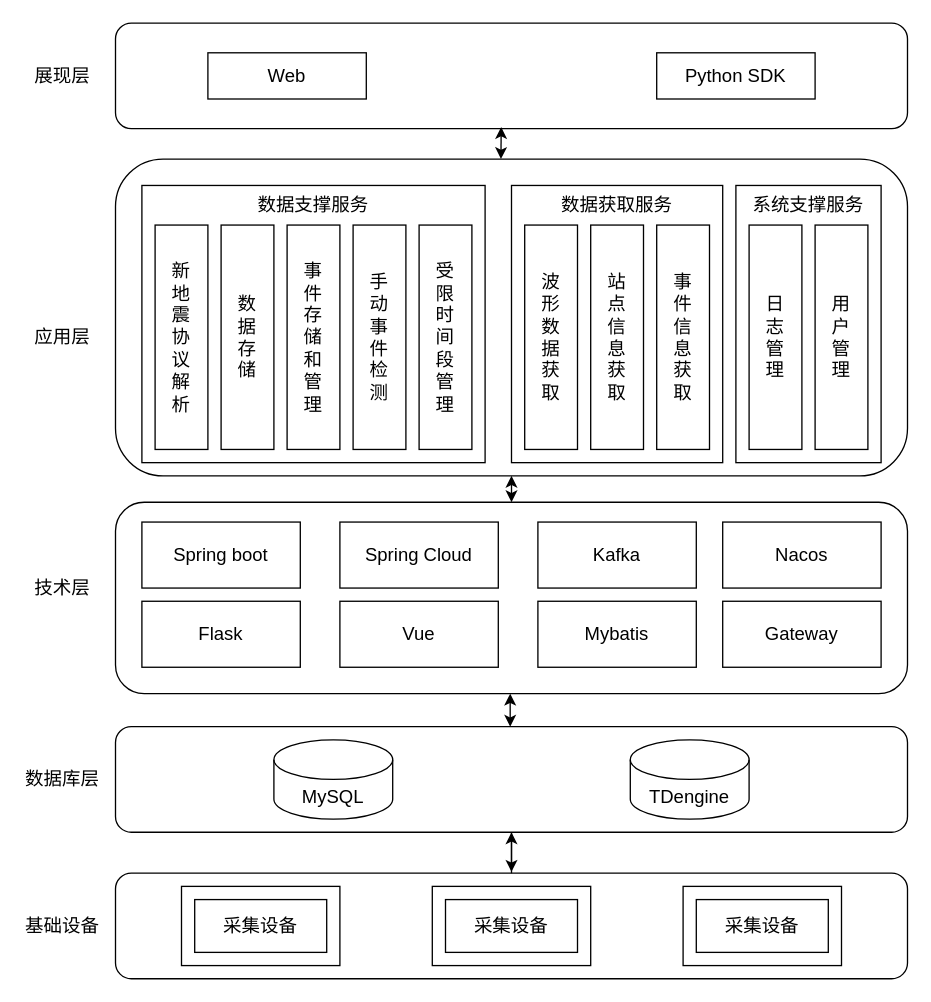
Before: 系统架构图.drawio in Diend-7/-, a draw.io diagram. Source tidied: cells renumbered, new cells numbered last; positions are measured from the earlier drawing's top-left corner, leaving out a move shared by most shapes. Both pictures are drawn from the tidied source at 132%, with x=0, y=0 at pixel (22, 22).
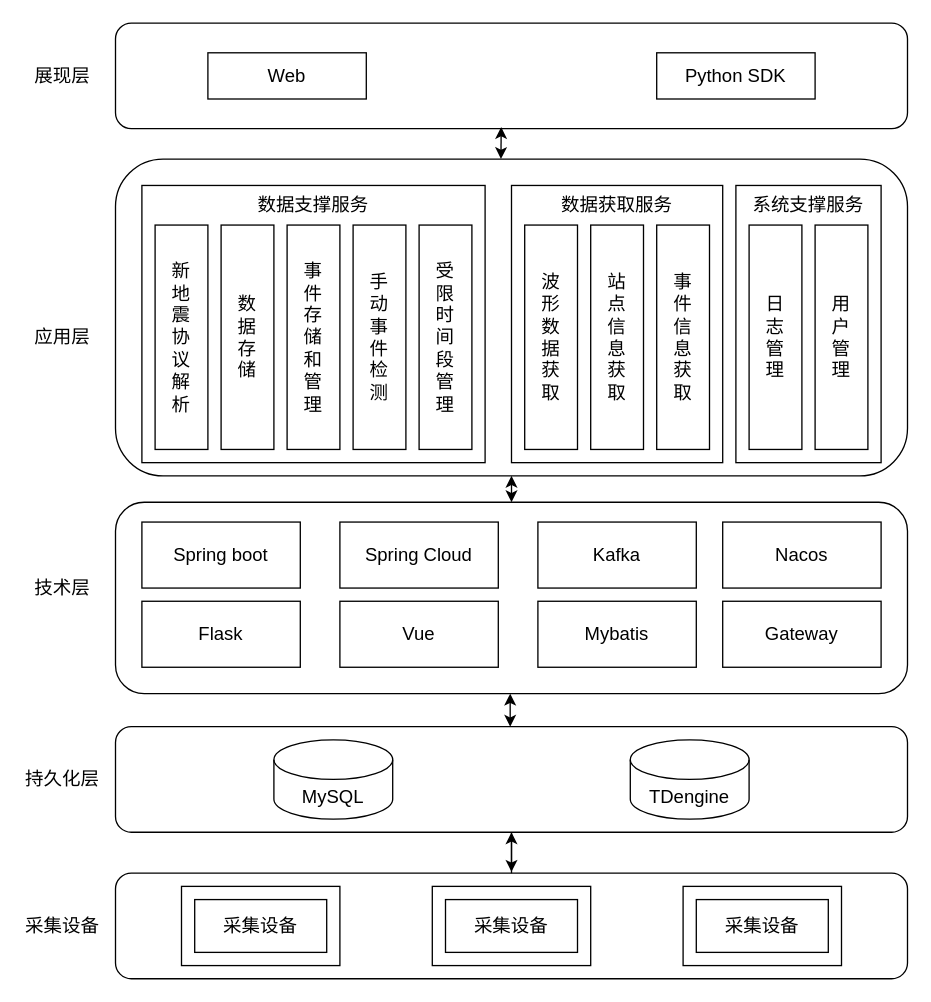
After the change.

Commit message:
更新系统架构图.drawio

The edit, as a diff of the source:
```diff
@@
-    <mxCell id="42" value="数据库层" style="text;html=1;strokeColor=none;fillColor=none;align=center;verticalAlign=middle;whiteSpace=wrap;rounded=0;fontSize=14;" parent="1" vertex="1">
+    <mxCell id="42" value="持久化层" style="text;html=1;strokeColor=none;fillColor=none;align=center;verticalAlign=middle;whiteSpace=wrap;rounded=0;fontSize=14;" parent="1" vertex="1">
       <mxGeometry y="558" width="60" height="30" as="geometry" />
     </mxCell>
-    <mxCell id="43" value="基础设备" style="text;html=1;strokeColor=none;fillColor=none;align=center;verticalAlign=middle;whiteSpace=wrap;rounded=0;fontSize=14;" parent="1" vertex="1">
+    <mxCell id="43" value="采集设备" style="text;html=1;strokeColor=none;fillColor=none;align=center;verticalAlign=middle;whiteSpace=wrap;rounded=0;fontSize=14;" parent="1" vertex="1">
       <mxGeometry y="669" width="60" height="30" as="geometry" />
     </mxCell>
```
